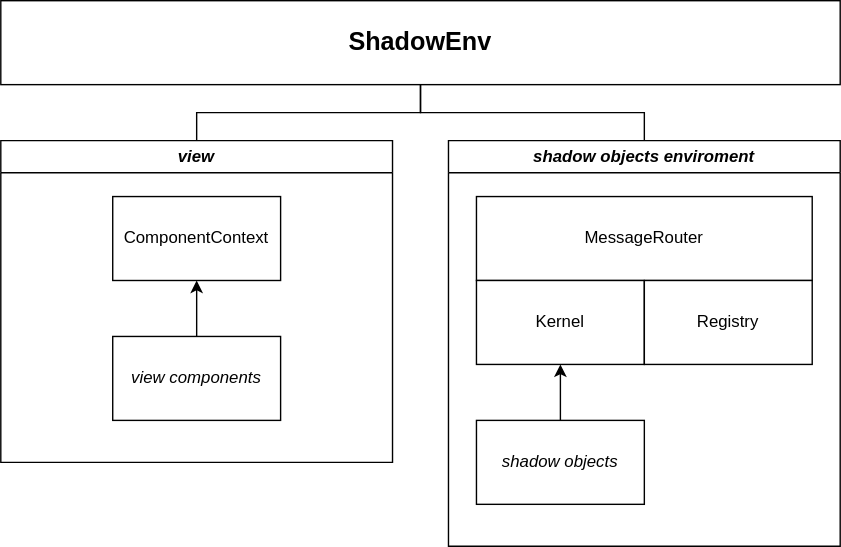
This is packages/shadow-ents/src/view/ShadowEnv.drawio.svg from spearwolf/shadow-objects, a draw.io export, as it was before one commit. Source tidied: cells renumbered, new cells last; positions are measured from the earlier drawing's top-left corner, leaving out a move shared by most shapes.
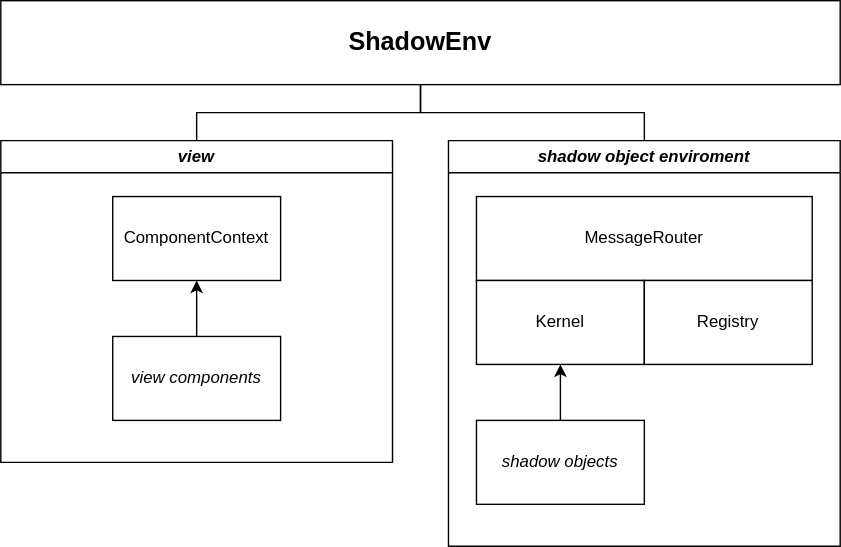
The same diagram one commit later.

Commit message:
shadow-ents: add more docs

What changed in the source:
```diff
@@ -23,7 +23,7 @@
     <mxCell id="8" style="edgeStyle=orthogonalEdgeStyle;rounded=0;jettySize=auto;html=1;entryX=0.5;entryY=1;entryDx=0;entryDy=0;strokeColor=default;endArrow=none;endFill=0;" parent="1" edge="1" source="9" target="2">
       <mxGeometry relative="1" as="geometry" />
     </mxCell>
-    <mxCell id="9" value="&lt;i&gt;shadow objects enviroment&lt;/i&gt;" style="swimlane;whiteSpace=wrap;html=1;" parent="1" vertex="1">
+    <mxCell id="9" value="&lt;i&gt;shadow object&amp;nbsp;enviroment&lt;/i&gt;" style="swimlane;whiteSpace=wrap;html=1;" parent="1" vertex="1">
       <mxGeometry x="320" y="100" width="280" height="290" as="geometry" />
     </mxCell>
     <mxCell id="10" value="MessageRouter" style="rounded=0;whiteSpace=wrap;html=1;" parent="9" vertex="1">
```
